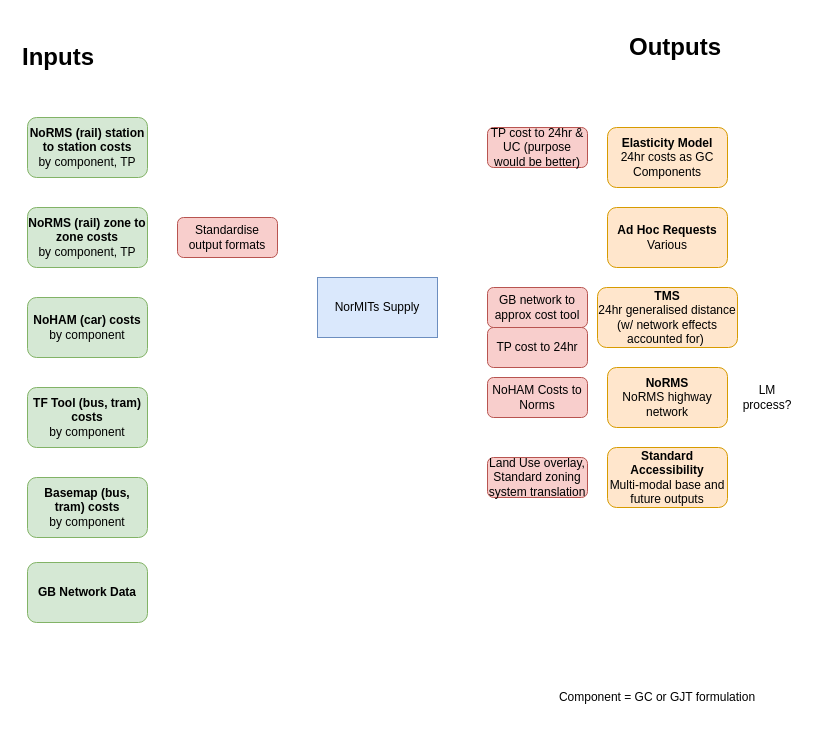
Transport-for-the-North/NorMITs-Demand keeps this draw.io diagram as page "I/O Summary" (1 of 3) of docs/op_models/NorMITs Supply/Stakeholder.drawio. Above is the earlier version. Source tidied: cells renumbered, new cells numbered last; positions are measured from the earlier drawing's top-left corner, leaving out a move shared by most shapes. Both pictures are drawn from the tidied source at 100%, with x=0, y=0 at pixel (17, 27).
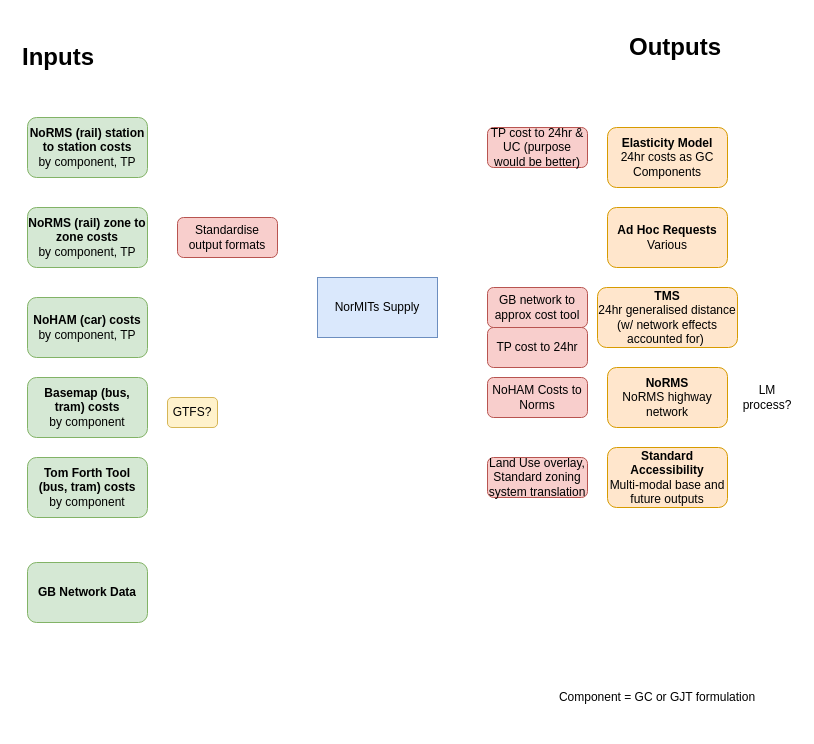
After the change.

Diff of the diagram source:
```diff
@@
-    <mxCell id="7" value="&lt;b&gt;NoHAM (car) costs&lt;/b&gt;&lt;br&gt;by component" style="rounded=1;whiteSpace=wrap;html=1;fillColor=#d5e8d4;strokeColor=#82b366;" parent="1" vertex="1">
+    <mxCell id="7" value="&lt;b&gt;NoHAM (car) costs&lt;/b&gt;&lt;br&gt;by component, TP" style="rounded=1;whiteSpace=wrap;html=1;fillColor=#d5e8d4;strokeColor=#82b366;" parent="1" vertex="1">
       <mxGeometry x="10" y="270" width="120" height="60" as="geometry" />
     </mxCell>
-    <mxCell id="8" value="&lt;b&gt;TF Tool (bus, tram) costs&lt;/b&gt;&lt;br&gt;by component" style="rounded=1;whiteSpace=wrap;html=1;fillColor=#d5e8d4;strokeColor=#82b366;" parent="1" vertex="1">
-      <mxGeometry x="10" y="360" width="120" height="60" as="geometry" />
+    <mxCell id="8" value="&lt;b&gt;Tom Forth Tool (bus, tram) costs&lt;/b&gt;&lt;br&gt;by component" style="rounded=1;whiteSpace=wrap;html=1;fillColor=#d5e8d4;strokeColor=#82b366;" parent="1" vertex="1">
+      <mxGeometry x="10" y="430" width="120" height="60" as="geometry" />
     </mxCell>
     <mxCell id="9" value="&lt;b&gt;Basemap (bus, tram) costs&lt;/b&gt;&lt;br&gt;&lt;span&gt;by component&lt;/span&gt;" style="rounded=1;whiteSpace=wrap;html=1;fillColor=#d5e8d4;strokeColor=#82b366;" parent="1" vertex="1">
-      <mxGeometry x="10" y="450" width="120" height="60" as="geometry" />
+      <mxGeometry x="10" y="350" width="120" height="60" as="geometry" />
     </mxCell>
@@
+    <mxCell id="24" value="GTFS?" style="rounded=1;whiteSpace=wrap;html=1;fillColor=#fff2cc;strokeColor=#d6b656;" parent="1" vertex="1">
+      <mxGeometry x="150" y="370" width="50" height="30" as="geometry" />
+    </mxCell>
```
